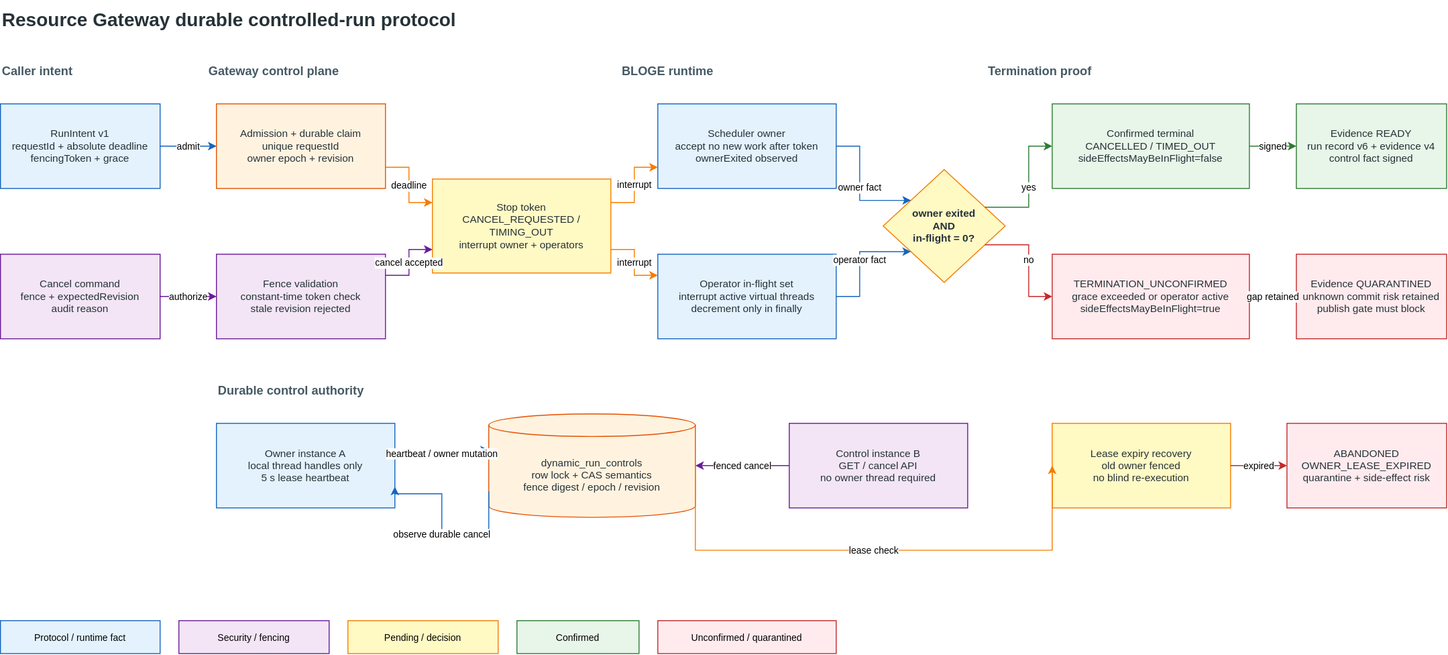
This is docs/assets/resource-gateway-run-control-lifecycle.svg from leanowtech/bloge-examples, a draw.io export, as it was before one commit. Source tidied: cells renumbered, new cells last; positions are measured from the earlier drawing's top-left corner, leaving out a move shared by most shapes.
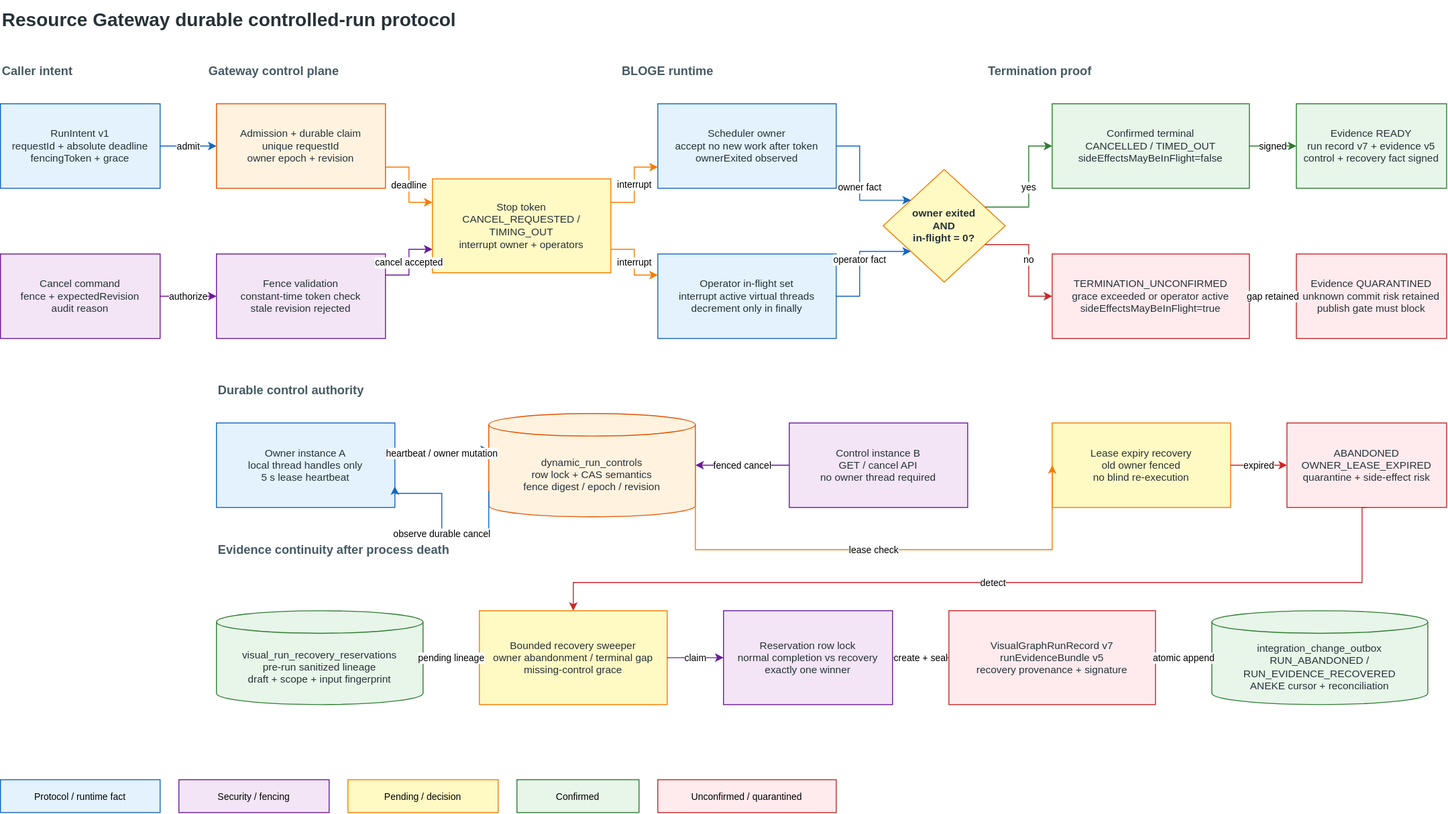
Later version of the same file.

Diff of the diagram source:
```diff
@@ -47,7 +47,7 @@
     <mxCell id="16" value="TERMINATION_UNCONFIRMED&#10;grace exceeded or operator active&#10;sideEffectsMayBeInFlight=true" style="rounded=0;whiteSpace=wrap;html=1;fillColor=#ffebee;strokeColor=#c62828;fontColor=#263238;fontFamily=Arial;fontSize=11;" parent="1" vertex="1">
       <mxGeometry x="1120" y="270" width="210" height="90" as="geometry" />
     </mxCell>
-    <mxCell id="17" value="Evidence READY&#10;run record v6 + evidence v4&#10;control fact signed" style="rounded=0;whiteSpace=wrap;html=1;fillColor=#e8f5e9;strokeColor=#2e7d32;fontColor=#263238;fontFamily=Arial;fontSize=11;" parent="1" vertex="1">
+    <mxCell id="17" value="Evidence READY&#10;run record v7 + evidence v5&#10;control + recovery fact signed" style="rounded=0;whiteSpace=wrap;html=1;fillColor=#e8f5e9;strokeColor=#2e7d32;fontColor=#263238;fontFamily=Arial;fontSize=11;" parent="1" vertex="1">
       <mxGeometry x="1380" y="110" width="160" height="90" as="geometry" />
     </mxCell>
     <mxCell id="18" value="Evidence QUARANTINED&#10;unknown commit risk retained&#10;publish gate must block" style="rounded=0;whiteSpace=wrap;html=1;fillColor=#ffebee;strokeColor=#c62828;fontColor=#263238;fontFamily=Arial;fontSize=11;" parent="1" vertex="1">
@@ -132,20 +132,58 @@
     <mxCell id="41" value="expired" style="edgeStyle=orthogonalEdgeStyle;rounded=0;jettySize=auto;html=1;endArrow=classic;endFill=1;strokeColor=#c62828;fontFamily=Arial;fontSize=10;labelBackgroundColor=#ffffff;exitX=1;exitY=0.5;entryX=0;entryY=0.5;" parent="1" edge="1" source="35" target="36">
       <mxGeometry relative="1" as="geometry" />
     </mxCell>
+    <mxCell id="47" value="Evidence continuity after process death" style="text;html=1;align=left;verticalAlign=middle;fontFamily=Arial;fontSize=13;fontStyle=1;fontColor=#455a64;" parent="1" vertex="1">
+      <mxGeometry x="230" y="570" width="320" height="30" as="geometry" />
+    </mxCell>
+    <mxCell id="48" value="visual_run_recovery_reservations&#10;pre-run sanitized lineage&#10;draft + scope + input fingerprint" style="shape=cylinder3;whiteSpace=wrap;html=1;boundedLbl=1;backgroundOutline=1;size=12;fillColor=#e8f5e9;strokeColor=#2e7d32;fontColor=#263238;fontFamily=Arial;fontSize=11;" parent="1" vertex="1">
+      <mxGeometry x="230" y="650" width="220" height="100" as="geometry" />
+    </mxCell>
+    <mxCell id="49" value="Bounded recovery sweeper&#10;owner abandonment / terminal gap&#10;missing-control grace" style="rounded=0;whiteSpace=wrap;html=1;fillColor=#fff9c4;strokeColor=#f57c00;fontColor=#263238;fontFamily=Arial;fontSize=11;" parent="1" vertex="1">
+      <mxGeometry x="510" y="650" width="200" height="100" as="geometry" />
+    </mxCell>
+    <mxCell id="50" value="Reservation row lock&#10;normal completion vs recovery&#10;exactly one winner" style="rounded=0;whiteSpace=wrap;html=1;fillColor=#f3e5f5;strokeColor=#6a1b9a;fontColor=#263238;fontFamily=Arial;fontSize=11;" parent="1" vertex="1">
+      <mxGeometry x="770" y="650" width="180" height="100" as="geometry" />
+    </mxCell>
+    <mxCell id="51" value="VisualGraphRunRecord v7&#10;runEvidenceBundle v5&#10;recovery provenance + signature" style="rounded=0;whiteSpace=wrap;html=1;fillColor=#ffebee;strokeColor=#c62828;fontColor=#263238;fontFamily=Arial;fontSize=11;" parent="1" vertex="1">
+      <mxGeometry x="1010" y="650" width="220" height="100" as="geometry" />
+    </mxCell>
+    <mxCell id="52" value="integration_change_outbox&#10;RUN_ABANDONED / RUN_EVIDENCE_RECOVERED&#10;ANEKE cursor + reconciliation" style="shape=cylinder3;whiteSpace=wrap;html=1;boundedLbl=1;backgroundOutline=1;size=12;fillColor=#e8f5e9;strokeColor=#2e7d32;fontColor=#263238;fontFamily=Arial;fontSize=11;" parent="1" vertex="1">
+      <mxGeometry x="1290" y="650" width="230" height="100" as="geometry" />
+    </mxCell>
+    <mxCell id="53" value="detect" style="edgeStyle=orthogonalEdgeStyle;rounded=0;jettySize=auto;html=1;endArrow=classic;endFill=1;strokeColor=#c62828;fontFamily=Arial;fontSize=10;labelBackgroundColor=#ffffff;exitX=0.5;exitY=1;entryX=0.5;entryY=0;" parent="1" edge="1" source="36" target="49">
+      <mxGeometry relative="1" as="geometry">
+        <Array as="points">
+          <mxPoint x="1450" y="620" />
+          <mxPoint x="610" y="620" />
+        </Array>
+      </mxGeometry>
+    </mxCell>
+    <mxCell id="54" value="pending lineage" style="edgeStyle=orthogonalEdgeStyle;rounded=0;jettySize=auto;html=1;endArrow=classic;endFill=1;strokeColor=#2e7d32;fontFamily=Arial;fontSize=10;labelBackgroundColor=#ffffff;exitX=1;exitY=0.5;entryX=0;entryY=0.5;" parent="1" edge="1" source="48" target="49">
+      <mxGeometry relative="1" as="geometry" />
+    </mxCell>
+    <mxCell id="55" value="claim" style="edgeStyle=orthogonalEdgeStyle;rounded=0;jettySize=auto;html=1;endArrow=classic;endFill=1;strokeColor=#6a1b9a;fontFamily=Arial;fontSize=10;labelBackgroundColor=#ffffff;exitX=1;exitY=0.5;entryX=0;entryY=0.5;" parent="1" edge="1" source="49" target="50">
+      <mxGeometry relative="1" as="geometry" />
+    </mxCell>
+    <mxCell id="56" value="create + seal" style="edgeStyle=orthogonalEdgeStyle;rounded=0;jettySize=auto;html=1;endArrow=classic;endFill=1;strokeColor=#c62828;fontFamily=Arial;fontSize=10;labelBackgroundColor=#ffffff;exitX=1;exitY=0.5;entryX=0;entryY=0.5;" parent="1" edge="1" source="50" target="51">
+      <mxGeometry relative="1" as="geometry" />
+    </mxCell>
+    <mxCell id="57" value="atomic append" style="edgeStyle=orthogonalEdgeStyle;rounded=0;jettySize=auto;html=1;endArrow=classic;endFill=1;strokeColor=#2e7d32;fontFamily=Arial;fontSize=10;labelBackgroundColor=#ffffff;exitX=1;exitY=0.5;entryX=0;entryY=0.5;" parent="1" edge="1" source="51" target="52">
+      <mxGeometry relative="1" as="geometry" />
+    </mxCell>
     <mxCell id="42" value="Protocol / runtime fact" style="rounded=0;whiteSpace=wrap;html=1;fillColor=#e3f2fd;strokeColor=#1565c0;fontFamily=Arial;fontSize=10;" parent="1" vertex="1">
-      <mxGeometry y="660" width="170" height="35" as="geometry" />
+      <mxGeometry y="830" width="170" height="35" as="geometry" />
     </mxCell>
     <mxCell id="43" value="Security / fencing" style="rounded=0;whiteSpace=wrap;html=1;fillColor=#f3e5f5;strokeColor=#6a1b9a;fontFamily=Arial;fontSize=10;" parent="1" vertex="1">
-      <mxGeometry x="190" y="660" width="160" height="35" as="geometry" />
+      <mxGeometry x="190" y="830" width="160" height="35" as="geometry" />
     </mxCell>
     <mxCell id="44" value="Pending / decision" style="rounded=0;whiteSpace=wrap;html=1;fillColor=#fff9c4;strokeColor=#f57c00;fontFamily=Arial;fontSize=10;" parent="1" vertex="1">
-      <mxGeometry x="370" y="660" width="160" height="35" as="geometry" />
+      <mxGeometry x="370" y="830" width="160" height="35" as="geometry" />
     </mxCell>
     <mxCell id="45" value="Confirmed" style="rounded=0;whiteSpace=wrap;html=1;fillColor=#e8f5e9;strokeColor=#2e7d32;fontFamily=Arial;fontSize=10;" parent="1" vertex="1">
-      <mxGeometry x="550" y="660" width="130" height="35" as="geometry" />
+      <mxGeometry x="550" y="830" width="130" height="35" as="geometry" />
     </mxCell>
     <mxCell id="46" value="Unconfirmed / quarantined" style="rounded=0;whiteSpace=wrap;html=1;fillColor=#ffebee;strokeColor=#c62828;fontFamily=Arial;fontSize=10;" parent="1" vertex="1">
-      <mxGeometry x="700" y="660" width="190" height="35" as="geometry" />
+      <mxGeometry x="700" y="830" width="190" height="35" as="geometry" />
     </mxCell>
   </root>
 </mxGraphModel>
```
